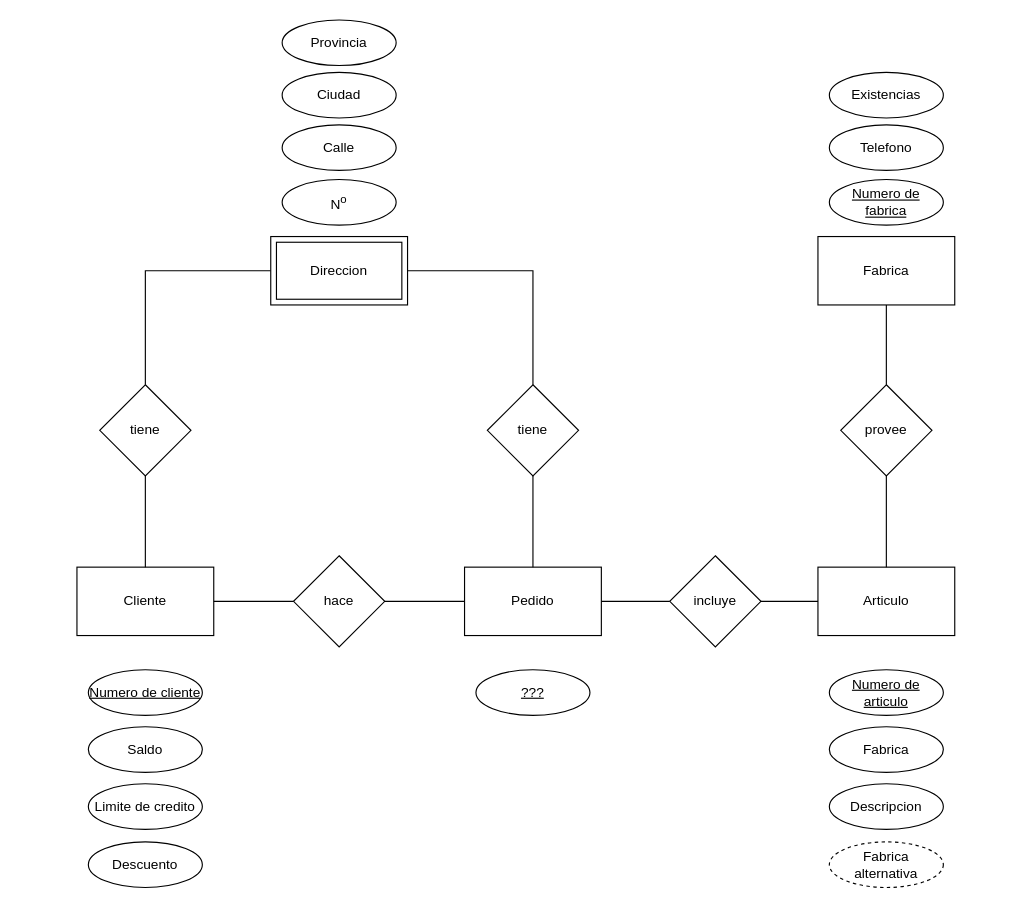
This is Unidad_1/Tareas/Tarea_3/Sistema de Artículos.drawio from OxideVanadium/base_de_datos, a draw.io file, before an edit. Source tidied: cells renumbered, new cells numbered last; positions are measured from the earlier drawing's top-left corner, leaving out a move shared by most shapes. Both pictures are drawn from the tidied source at 114%, with x=0, y=0 at pixel (76, 19).
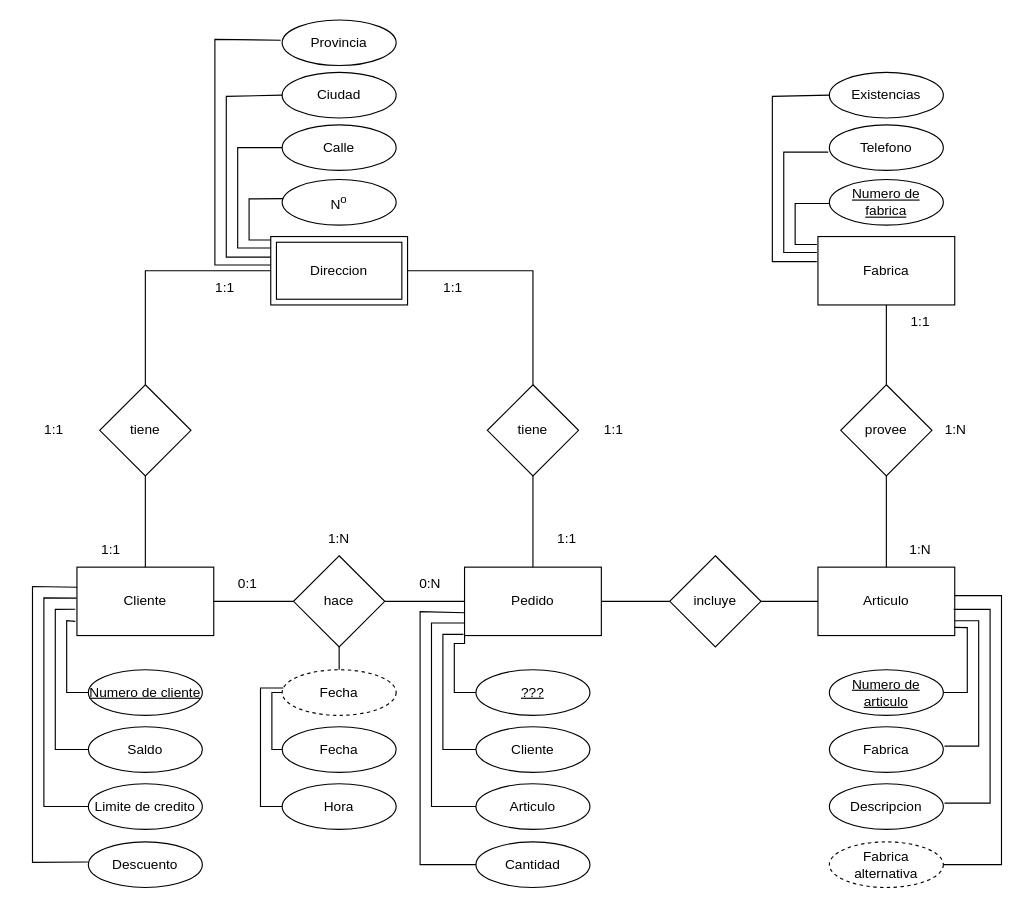
The same diagram, later.

Unchanged cells that the change refers to:
```xml
<mxCell id="2" value="Articulo" style="rounded=0;whiteSpace=wrap;html=1;" parent="1" vertex="1">
  <mxGeometry x="650" y="480" width="120" height="60" as="geometry" />
</mxCell>
<mxCell id="3" value="Cliente" style="rounded=0;whiteSpace=wrap;html=1;" parent="1" vertex="1">
  <mxGeometry y="480" width="120" height="60" as="geometry" />
</mxCell>
<mxCell id="4" value="Pedido" style="rounded=0;whiteSpace=wrap;html=1;" parent="1" vertex="1">
  <mxGeometry x="340" y="480" width="120" height="60" as="geometry" />
</mxCell>
<mxCell id="6" value="hace" style="rhombus;whiteSpace=wrap;html=1;" parent="1" vertex="1">
  <mxGeometry x="190" y="470" width="80" height="80" as="geometry" />
</mxCell>
<mxCell id="22" value="Numero de cliente" style="ellipse;whiteSpace=wrap;html=1;align=center;fontStyle=4;" parent="1" vertex="1">
  <mxGeometry x="10" y="570" width="100" height="40" as="geometry" />
</mxCell>
<mxCell id="23" value="Numero de articulo" style="ellipse;whiteSpace=wrap;html=1;align=center;fontStyle=4;" parent="1" vertex="1">
  <mxGeometry x="660" y="570" width="100" height="40" as="geometry" />
</mxCell>
<mxCell id="25" value="???" style="ellipse;whiteSpace=wrap;html=1;align=center;fontStyle=4;" parent="1" vertex="1">
  <mxGeometry x="350" y="570" width="100" height="40" as="geometry" />
</mxCell>
<mxCell id="26" value="Saldo" style="ellipse;whiteSpace=wrap;html=1;" parent="1" vertex="1">
  <mxGeometry x="10" y="620" width="100" height="40" as="geometry" />
</mxCell>
<mxCell id="27" value="Limite de credito" style="ellipse;whiteSpace=wrap;html=1;" parent="1" vertex="1">
  <mxGeometry x="10" y="670" width="100" height="40" as="geometry" />
</mxCell>
<mxCell id="28" value="Descuento" style="ellipse;whiteSpace=wrap;html=1;" parent="1" vertex="1">
  <mxGeometry x="10" y="721" width="100" height="40" as="geometry" />
</mxCell>
<mxCell id="31" value="Fabrica alternativa" style="ellipse;whiteSpace=wrap;html=1;align=center;dashed=1;" parent="1" vertex="1">
  <mxGeometry x="660" y="721" width="100" height="40" as="geometry" />
</mxCell>
<mxCell id="33" value="Existencias" style="ellipse;whiteSpace=wrap;html=1;" parent="1" vertex="1">
  <mxGeometry x="660" y="46" width="100" height="40" as="geometry" />
</mxCell>
<mxCell id="34" value="N&lt;sup&gt;o&lt;/sup&gt;" style="ellipse;whiteSpace=wrap;html=1;" parent="1" vertex="1">
  <mxGeometry x="180" y="140" width="100" height="40" as="geometry" />
</mxCell>
<mxCell id="35" value="Calle" style="ellipse;whiteSpace=wrap;html=1;" parent="1" vertex="1">
  <mxGeometry x="180" y="92" width="100" height="40" as="geometry" />
</mxCell>
<mxCell id="36" value="Ciudad" style="ellipse;whiteSpace=wrap;html=1;" parent="1" vertex="1">
  <mxGeometry x="180" y="46" width="100" height="40" as="geometry" />
</mxCell>
<mxCell id="37" value="Provincia" style="ellipse;whiteSpace=wrap;html=1;" parent="1" vertex="1">
  <mxGeometry x="180" width="100" height="40" as="geometry" />
</mxCell>
```

Diff of the diagram source:
```diff
@@
+    <mxCell id="38" value="Cliente" style="ellipse;whiteSpace=wrap;html=1;" parent="1" vertex="1">
+      <mxGeometry x="350" y="620" width="100" height="40" as="geometry" />
+    </mxCell>
+    <mxCell id="39" value="Articulo" style="ellipse;whiteSpace=wrap;html=1;" parent="1" vertex="1">
+      <mxGeometry x="350" y="670" width="100" height="40" as="geometry" />
+    </mxCell>
+    <mxCell id="40" value="Cantidad" style="ellipse;whiteSpace=wrap;html=1;" parent="1" vertex="1">
+      <mxGeometry x="350" y="721" width="100" height="40" as="geometry" />
+    </mxCell>
+    <mxCell id="41" value="Fecha" style="ellipse;whiteSpace=wrap;html=1;align=center;dashed=1;" parent="1" vertex="1">
+      <mxGeometry x="180" y="570" width="100" height="40" as="geometry" />
+    </mxCell>
+    <mxCell id="42" value="Fecha" style="ellipse;whiteSpace=wrap;html=1;" parent="1" vertex="1">
+      <mxGeometry x="180" y="620" width="100" height="40" as="geometry" />
+    </mxCell>
+    <mxCell id="43" value="Hora" style="ellipse;whiteSpace=wrap;html=1;" parent="1" vertex="1">
+      <mxGeometry x="180" y="670" width="100" height="40" as="geometry" />
+    </mxCell>
+    <mxCell id="44" style="endArrow=none;html=1;rounded=0;entryX=-0.012;entryY=0.792;entryDx=0;entryDy=0;exitX=0;exitY=0.5;exitDx=0;exitDy=0;entryPerimeter=0;" parent="1" edge="1" source="22" target="3">
+      <mxGeometry relative="1" as="geometry">
+        <Array as="points">
+          <mxPoint x="-9" y="590" />
+          <mxPoint x="-9" y="527" />
+        </Array>
+      </mxGeometry>
+    </mxCell>
+    <mxCell id="45" style="endArrow=none;html=1;rounded=0;entryX=-0.012;entryY=0.616;entryDx=0;entryDy=0;exitX=0;exitY=0.5;exitDx=0;exitDy=0;entryPerimeter=0;" parent="1" edge="1" source="26" target="3">
+      <mxGeometry relative="1" as="geometry">
+        <Array as="points">
+          <mxPoint x="-19" y="640" />
+          <mxPoint x="-19" y="517" />
+        </Array>
+      </mxGeometry>
+    </mxCell>
+    <mxCell id="46" style="endArrow=none;html=1;rounded=0;entryX=-0.003;entryY=0.453;entryDx=0;entryDy=0;exitX=0;exitY=0.5;exitDx=0;exitDy=0;entryPerimeter=0;" parent="1" edge="1" source="27" target="3">
+      <mxGeometry relative="1" as="geometry">
+        <Array as="points">
+          <mxPoint x="-29" y="690" />
+          <mxPoint x="-29" y="507" />
+        </Array>
+      </mxGeometry>
+    </mxCell>
+    <mxCell id="47" style="endArrow=none;html=1;rounded=0;entryX=0.002;entryY=0.294;entryDx=0;entryDy=0;exitX=-0.004;exitY=0.442;exitDx=0;exitDy=0;entryPerimeter=0;exitPerimeter=0;" parent="1" edge="1" source="28" target="3">
+      <mxGeometry relative="1" as="geometry">
+        <Array as="points">
+          <mxPoint x="-39" y="739" />
+          <mxPoint x="-39" y="497" />
+        </Array>
+      </mxGeometry>
+    </mxCell>
+    <mxCell id="48" style="endArrow=none;html=1;rounded=0;entryX=0;entryY=1;entryDx=0;entryDy=0;exitX=0;exitY=0.5;exitDx=0;exitDy=0;" parent="1" edge="1" source="25" target="4">
+      <mxGeometry relative="1" as="geometry">
+        <Array as="points">
+          <mxPoint x="331" y="590" />
+          <mxPoint x="331" y="547" />
+          <mxPoint x="340" y="547" />
+        </Array>
+      </mxGeometry>
+    </mxCell>
+    <mxCell id="49" style="endArrow=none;html=1;rounded=0;entryX=-0.012;entryY=0.616;entryDx=0;entryDy=0;exitX=0;exitY=0.5;exitDx=0;exitDy=0;entryPerimeter=0;" parent="1" edge="1" source="38">
+      <mxGeometry relative="1" as="geometry">
+        <mxPoint x="339" y="539" as="targetPoint" />
+        <Array as="points">
+          <mxPoint x="321" y="640" />
+          <mxPoint x="321" y="539" />
+        </Array>
+      </mxGeometry>
+    </mxCell>
+    <mxCell id="50" style="endArrow=none;html=1;rounded=0;entryX=-0.003;entryY=0.453;entryDx=0;entryDy=0;exitX=0;exitY=0.5;exitDx=0;exitDy=0;entryPerimeter=0;" parent="1" edge="1" source="39">
+      <mxGeometry relative="1" as="geometry">
+        <mxPoint x="340" y="529" as="targetPoint" />
+        <Array as="points">
+          <mxPoint x="311" y="690" />
+          <mxPoint x="311" y="529" />
+        </Array>
+      </mxGeometry>
+    </mxCell>
+    <mxCell id="51" style="endArrow=none;html=1;rounded=0;entryX=0.002;entryY=0.294;entryDx=0;entryDy=0;exitX=0;exitY=0.5;exitDx=0;exitDy=0;entryPerimeter=0;" parent="1" edge="1" source="40">
+      <mxGeometry relative="1" as="geometry">
+        <mxPoint x="340" y="520" as="targetPoint" />
+        <Array as="points">
+          <mxPoint x="301" y="741" />
+          <mxPoint x="301" y="519" />
+        </Array>
+      </mxGeometry>
+    </mxCell>
+    <mxCell id="52" style="endArrow=none;html=1;rounded=0;entryX=-0.012;entryY=0.792;entryDx=0;entryDy=0;exitX=0.011;exitY=0.419;exitDx=0;exitDy=0;entryPerimeter=0;exitPerimeter=0;" parent="1" edge="1" source="34">
+      <mxGeometry relative="1" as="geometry">
+        <mxPoint x="170" y="193" as="targetPoint" />
+        <Array as="points">
+          <mxPoint x="151" y="157" />
+          <mxPoint x="151" y="193" />
+        </Array>
+      </mxGeometry>
+    </mxCell>
+    <mxCell id="53" style="endArrow=none;html=1;rounded=0;entryX=-0.012;entryY=0.616;entryDx=0;entryDy=0;exitX=0;exitY=0.5;exitDx=0;exitDy=0;entryPerimeter=0;" parent="1" edge="1" source="35">
+      <mxGeometry relative="1" as="geometry">
+        <mxPoint x="170" y="200" as="targetPoint" />
+        <Array as="points">
+          <mxPoint x="141" y="112" />
+          <mxPoint x="141" y="200" />
+        </Array>
+      </mxGeometry>
+    </mxCell>
+    <mxCell id="54" style="endArrow=none;html=1;rounded=0;entryX=-0.003;entryY=0.453;entryDx=0;entryDy=0;exitX=0;exitY=0.5;exitDx=0;exitDy=0;entryPerimeter=0;" parent="1" edge="1" source="36">
+      <mxGeometry relative="1" as="geometry">
+        <mxPoint x="170" y="208" as="targetPoint" />
+        <Array as="points">
+          <mxPoint x="131" y="67" />
+          <mxPoint x="131" y="208" />
+        </Array>
+      </mxGeometry>
+    </mxCell>
+    <mxCell id="55" style="endArrow=none;html=1;rounded=0;entryX=0.002;entryY=0.294;entryDx=0;entryDy=0;exitX=-0.013;exitY=0.444;exitDx=0;exitDy=0;entryPerimeter=0;exitPerimeter=0;" parent="1" edge="1" source="37">
+      <mxGeometry relative="1" as="geometry">
+        <mxPoint x="170" y="215" as="targetPoint" />
+        <Array as="points">
+          <mxPoint x="121" y="17" />
+          <mxPoint x="121" y="215" />
+        </Array>
+      </mxGeometry>
+    </mxCell>
+    <mxCell id="56" style="endArrow=none;html=1;rounded=0;entryX=-0.012;entryY=0.792;entryDx=0;entryDy=0;exitX=0.011;exitY=0.419;exitDx=0;exitDy=0;entryPerimeter=0;exitPerimeter=0;" parent="1" edge="1">
+      <mxGeometry relative="1" as="geometry">
+        <mxPoint x="660" y="161" as="sourcePoint" />
+        <mxPoint x="649" y="197" as="targetPoint" />
+        <Array as="points">
+          <mxPoint x="630" y="161" />
+          <mxPoint x="630" y="197" />
+        </Array>
+      </mxGeometry>
+    </mxCell>
+    <mxCell id="57" style="endArrow=none;html=1;rounded=0;entryX=-0.012;entryY=0.616;entryDx=0;entryDy=0;exitX=0;exitY=0.5;exitDx=0;exitDy=0;entryPerimeter=0;" parent="1" edge="1">
+      <mxGeometry relative="1" as="geometry">
+        <mxPoint x="659" y="116" as="sourcePoint" />
+        <mxPoint x="649" y="204" as="targetPoint" />
+        <Array as="points">
+          <mxPoint x="620" y="116" />
+          <mxPoint x="620" y="204" />
+        </Array>
+      </mxGeometry>
+    </mxCell>
+    <mxCell id="58" style="endArrow=none;html=1;rounded=0;entryX=-0.003;entryY=0.453;entryDx=0;entryDy=0;exitX=0;exitY=0.5;exitDx=0;exitDy=0;entryPerimeter=0;" parent="1" edge="1" source="33">
+      <mxGeometry relative="1" as="geometry">
+        <mxPoint x="649" y="212" as="targetPoint" />
+        <Array as="points">
+          <mxPoint x="610" y="67" />
+          <mxPoint x="610" y="212" />
+        </Array>
+      </mxGeometry>
+    </mxCell>
+    <mxCell id="59" style="endArrow=none;html=1;rounded=0;exitX=0.999;exitY=0.88;exitDx=0;exitDy=0;entryX=1;entryY=0.5;entryDx=0;entryDy=0;exitPerimeter=0;" parent="1" edge="1" source="2" target="23">
+      <mxGeometry relative="1" as="geometry">
+        <Array as="points">
+          <mxPoint x="781" y="533" />
+          <mxPoint x="781" y="590" />
+        </Array>
+      </mxGeometry>
+    </mxCell>
+    <mxCell id="60" style="endArrow=none;html=1;rounded=0;exitX=0.999;exitY=0.88;exitDx=0;exitDy=0;exitPerimeter=0;" parent="1" edge="1">
+      <mxGeometry relative="1" as="geometry">
+        <mxPoint x="770" y="527" as="sourcePoint" />
+        <mxPoint x="761" y="637" as="targetPoint" />
+        <Array as="points">
+          <mxPoint x="791" y="527" />
+          <mxPoint x="791" y="637" />
+        </Array>
+      </mxGeometry>
+    </mxCell>
+    <mxCell id="61" style="endArrow=none;html=1;rounded=0;exitX=0.999;exitY=0.88;exitDx=0;exitDy=0;exitPerimeter=0;" parent="1" edge="1">
+      <mxGeometry relative="1" as="geometry">
+        <mxPoint x="769" y="517" as="sourcePoint" />
+        <mxPoint x="761" y="687" as="targetPoint" />
+        <Array as="points">
+          <mxPoint x="801" y="517" />
+          <mxPoint x="801" y="687" />
+        </Array>
+      </mxGeometry>
+    </mxCell>
+    <mxCell id="62" style="endArrow=none;html=1;rounded=0;exitX=0.999;exitY=0.88;exitDx=0;exitDy=0;exitPerimeter=0;entryX=1;entryY=0.5;entryDx=0;entryDy=0;" parent="1" edge="1" target="31">
+      <mxGeometry relative="1" as="geometry">
+        <mxPoint x="770" y="505" as="sourcePoint" />
+        <Array as="points">
+          <mxPoint x="811" y="505" />
+          <mxPoint x="811" y="741" />
+        </Array>
+      </mxGeometry>
+    </mxCell>
+    <mxCell id="63" style="endArrow=none;html=1;rounded=0;exitX=0.5;exitY=1;exitDx=0;exitDy=0;entryX=0.5;entryY=0;entryDx=0;entryDy=0;" parent="1" edge="1" source="6" target="41">
+      <mxGeometry relative="1" as="geometry" />
+    </mxCell>
+    <mxCell id="64" style="endArrow=none;html=1;rounded=0;exitX=0;exitY=0.5;exitDx=0;exitDy=0;entryX=0;entryY=0.5;entryDx=0;entryDy=0;" parent="1" edge="1" source="42" target="41">
+      <mxGeometry relative="1" as="geometry">
+        <Array as="points">
+          <mxPoint x="171" y="640" />
+          <mxPoint x="171" y="590" />
+        </Array>
+      </mxGeometry>
+    </mxCell>
+    <mxCell id="65" style="endArrow=none;html=1;rounded=0;exitX=0;exitY=0.5;exitDx=0;exitDy=0;entryX=0;entryY=0.5;entryDx=0;entryDy=0;" parent="1" edge="1" source="43">
+      <mxGeometry relative="1" as="geometry">
+        <mxPoint x="181" y="586" as="targetPoint" />
+        <Array as="points">
+          <mxPoint x="161" y="690" />
+          <mxPoint x="161" y="586" />
+        </Array>
+      </mxGeometry>
+    </mxCell>
+    <mxCell id="66" value="0:N" style="text;html=1;strokeColor=none;fillColor=none;align=center;verticalAlign=middle;whiteSpace=wrap;rounded=0;" parent="1" vertex="1">
+      <mxGeometry x="280" y="480" width="60" height="30" as="geometry" />
+    </mxCell>
+    <mxCell id="67" value="0:1" style="text;html=1;strokeColor=none;fillColor=none;align=center;verticalAlign=middle;whiteSpace=wrap;rounded=0;" parent="1" vertex="1">
+      <mxGeometry x="120" y="480" width="60" height="30" as="geometry" />
+    </mxCell>
+    <mxCell id="68" value="1:N" style="text;html=1;strokeColor=none;fillColor=none;align=center;verticalAlign=middle;whiteSpace=wrap;rounded=0;" parent="1" vertex="1">
+      <mxGeometry x="200" y="440" width="60" height="30" as="geometry" />
+    </mxCell>
+    <mxCell id="69" value="1:1" style="text;html=1;strokeColor=none;fillColor=none;align=center;verticalAlign=middle;whiteSpace=wrap;rounded=0;" parent="1" vertex="1">
+      <mxGeometry y="450" width="60" height="30" as="geometry" />
+    </mxCell>
+    <mxCell id="70" value="1:1" style="text;html=1;strokeColor=none;fillColor=none;align=center;verticalAlign=middle;whiteSpace=wrap;rounded=0;" parent="1" vertex="1">
+      <mxGeometry x="100" y="220" width="60" height="30" as="geometry" />
+    </mxCell>
+    <mxCell id="71" value="1:1" style="text;html=1;strokeColor=none;fillColor=none;align=center;verticalAlign=middle;whiteSpace=wrap;rounded=0;" parent="1" vertex="1">
+      <mxGeometry x="-50" y="345" width="60" height="30" as="geometry" />
+    </mxCell>
+    <mxCell id="72" value="1:1" style="text;html=1;strokeColor=none;fillColor=none;align=center;verticalAlign=middle;whiteSpace=wrap;rounded=0;" parent="1" vertex="1">
+      <mxGeometry x="300" y="220" width="60" height="30" as="geometry" />
+    </mxCell>
+    <mxCell id="73" value="1:1" style="text;html=1;strokeColor=none;fillColor=none;align=center;verticalAlign=middle;whiteSpace=wrap;rounded=0;" parent="1" vertex="1">
+      <mxGeometry x="400" y="440" width="60" height="30" as="geometry" />
+    </mxCell>
+    <mxCell id="74" value="1:1" style="text;html=1;strokeColor=none;fillColor=none;align=center;verticalAlign=middle;whiteSpace=wrap;rounded=0;" parent="1" vertex="1">
+      <mxGeometry x="441" y="345" width="60" height="30" as="geometry" />
+    </mxCell>
+    <mxCell id="75" value="1:1" style="text;html=1;strokeColor=none;fillColor=none;align=center;verticalAlign=middle;whiteSpace=wrap;rounded=0;" parent="1" vertex="1">
+      <mxGeometry x="710" y="250" width="60" height="30" as="geometry" />
+    </mxCell>
+    <mxCell id="76" value="1:N" style="text;html=1;strokeColor=none;fillColor=none;align=center;verticalAlign=middle;whiteSpace=wrap;rounded=0;" parent="1" vertex="1">
+      <mxGeometry x="710" y="450" width="60" height="30" as="geometry" />
+    </mxCell>
+    <mxCell id="77" value="1:N" style="text;html=1;strokeColor=none;fillColor=none;align=center;verticalAlign=middle;whiteSpace=wrap;rounded=0;" parent="1" vertex="1">
+      <mxGeometry x="741" y="345" width="60" height="30" as="geometry" />
+    </mxCell>
```
